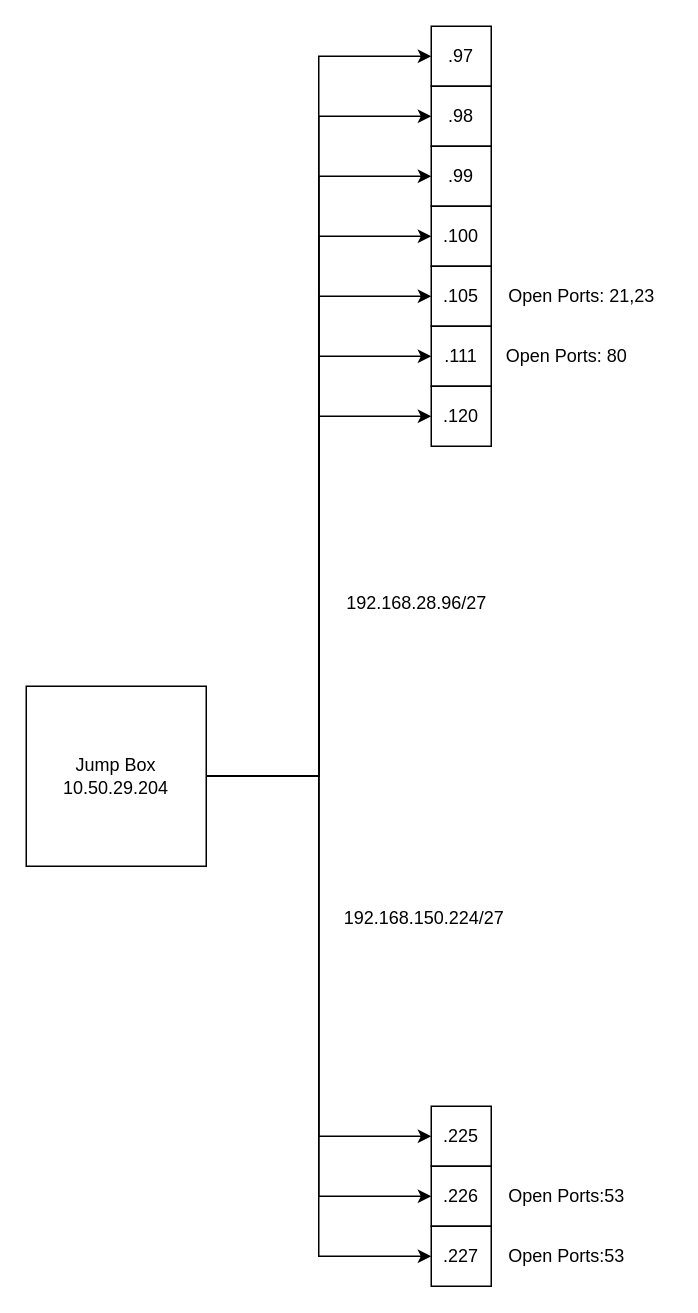
Earlier version of the draw.io diagram Security/Untitled Diagram.drawio (LukeaBrown/COSC). Source tidied: cells renumbered, new cells numbered last; positions are measured from the earlier drawing's top-left corner, leaving out a move shared by most shapes. Both pictures are drawn from the tidied source at 150%, with x=0, y=0 at pixel (26, 26).
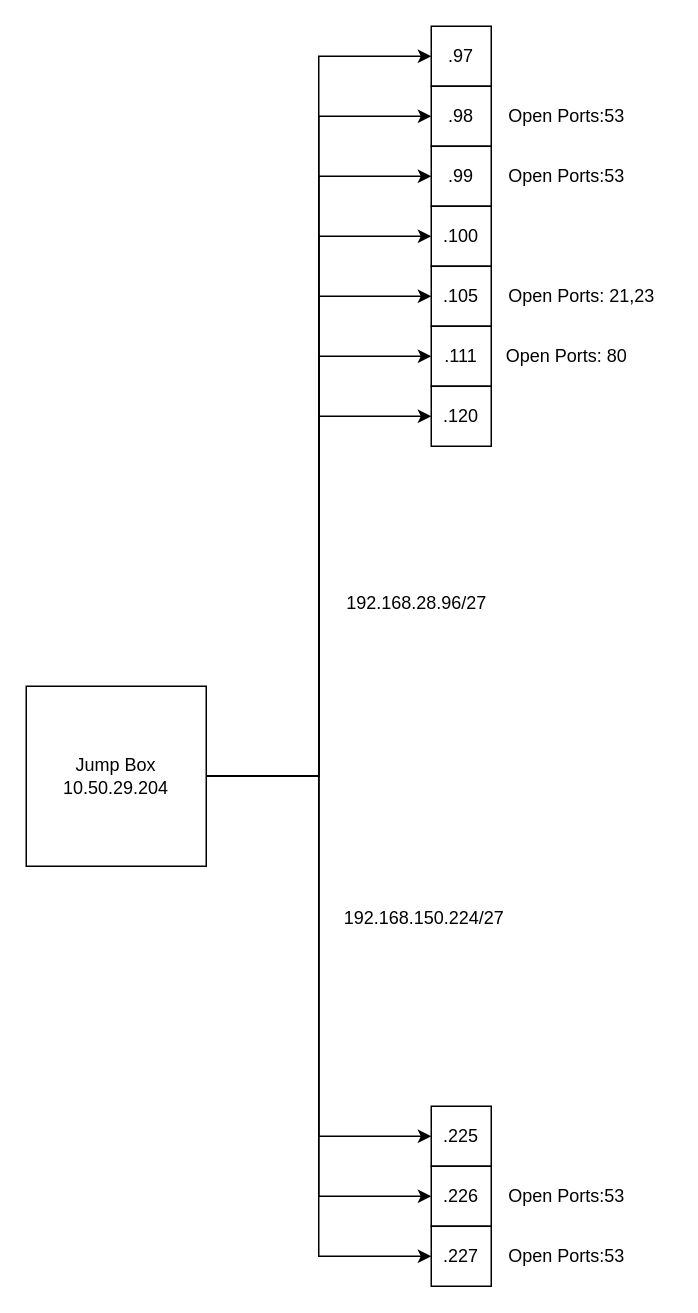
The same diagram, later.

The edit, as a diff of the source:
```diff
@@
+    <mxCell id="29" value="Open Ports:53" style="text;html=1;align=center;verticalAlign=middle;strokeColor=none;fillColor=none;" parent="1" vertex="1">
+      <mxGeometry x="310" y="45" width="100" height="30" as="geometry" />
+    </mxCell>
+    <mxCell id="30" value="Open Ports:53" style="text;html=1;align=center;verticalAlign=middle;strokeColor=none;fillColor=none;" parent="1" vertex="1">
+      <mxGeometry x="310" y="85" width="100" height="30" as="geometry" />
+    </mxCell>
```
